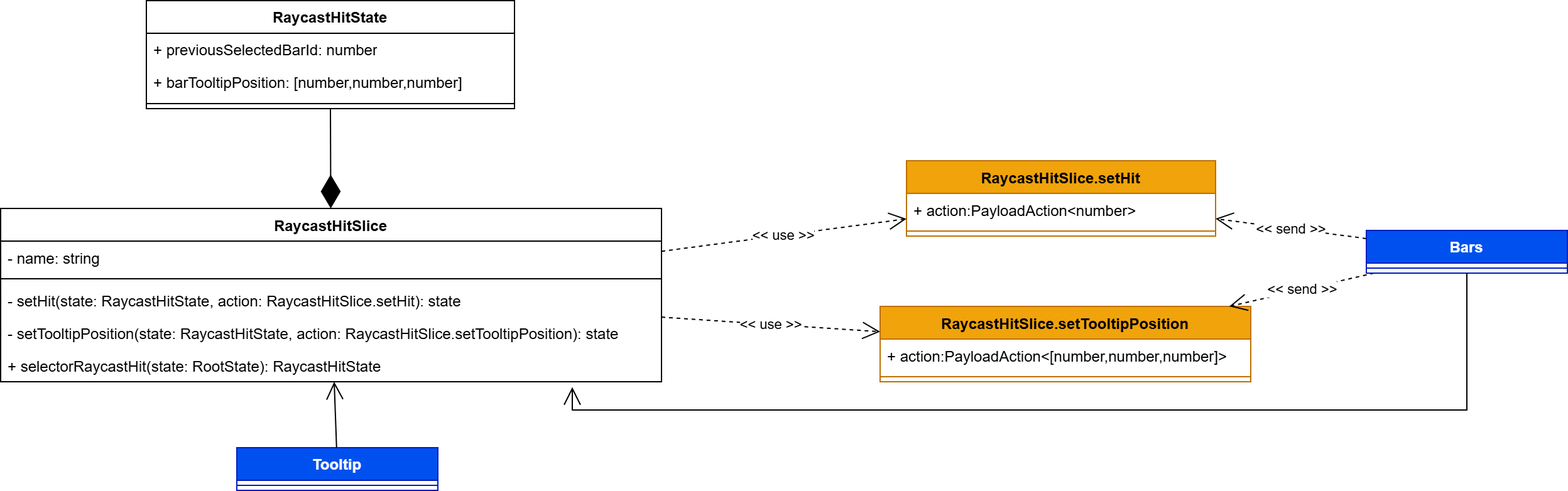
6BitBusters/6BitBusters.github.io keeps this draw.io diagram as Docs/PB/Generali Esterni/specifica_tecnica/template/images/uml_front/logic/RaycastHitSlice.png. Above is the earlier version. Source tidied: cells renumbered, new cells last; positions are measured from the earlier drawing's top-left corner, leaving out a move shared by most shapes.
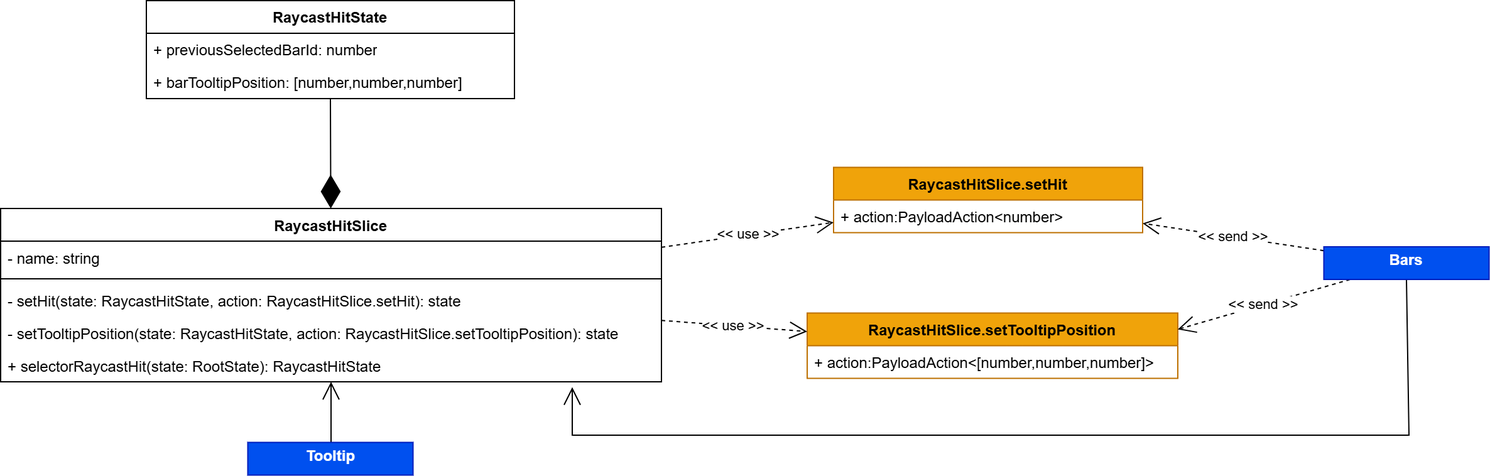
Later version of the same file.

Diff of the diagram source:
```diff
@@ -3,7 +3,7 @@
     <mxCell id="0" />
     <mxCell id="1" parent="0" />
     <mxCell id="2" value="RaycastHitState" style="swimlane;fontStyle=1;align=center;verticalAlign=top;horizontal=1;startSize=26;whiteSpace=wrap;html=1;" parent="1" vertex="1">
-      <mxGeometry x="116" width="293" height="86" as="geometry" />
+      <mxGeometry x="182" y="-24" width="293" height="78" as="geometry" />
     </mxCell>
     <mxCell id="3" value="+ previousSelectedBarId: number" style="text;strokeColor=none;fillColor=none;align=left;verticalAlign=top;spacingLeft=4;spacingRight=4;overflow=hidden;whiteSpace=wrap;html=1;" parent="2" vertex="1">
       <mxGeometry y="26" width="293" height="26" as="geometry" />
@@ -11,11 +11,8 @@
     <mxCell id="4" value="+ barTooltipPosition: [number,number,number]" style="text;strokeColor=none;fillColor=none;align=left;verticalAlign=top;spacingLeft=4;spacingRight=4;overflow=hidden;whiteSpace=wrap;html=1;" parent="2" vertex="1">
       <mxGeometry y="52" width="293" height="26" as="geometry" />
     </mxCell>
-    <mxCell id="5" style="line;strokeWidth=1;fillColor=none;align=left;verticalAlign=middle;spacingTop=-1;spacingLeft=3;spacingRight=3;labelPosition=right;strokeColor=inherit;" parent="2" vertex="1">
-      <mxGeometry y="78" width="293" height="8" as="geometry" />
-    </mxCell>
     <mxCell id="6" value="RaycastHitSlice" style="swimlane;fontStyle=1;align=center;verticalAlign=top;horizontal=1;startSize=26;whiteSpace=wrap;html=1;" parent="1" vertex="1">
-      <mxGeometry y="165.5" width="526" height="138" as="geometry" />
+      <mxGeometry x="66" y="141.5" width="526" height="138" as="geometry" />
     </mxCell>
     <mxCell id="7" value="- name: string" style="text;strokeColor=none;fillColor=none;align=left;verticalAlign=top;spacingLeft=4;spacingRight=4;overflow=hidden;whiteSpace=wrap;html=1;" parent="6" vertex="1">
       <mxGeometry y="26" width="526" height="26" as="geometry" />
@@ -36,23 +33,17 @@
       <mxGeometry relative="1" as="geometry" />
     </mxCell>
     <mxCell id="13" value="RaycastHitSlice.setHit" style="swimlane;fontStyle=1;align=center;verticalAlign=top;horizontal=1;startSize=26;whiteSpace=wrap;html=1;fillColor=#f0a30a;fontColor=#000000;strokeColor=#BD7000;" parent="1" vertex="1">
-      <mxGeometry x="721" y="127.5" width="246" height="60" as="geometry" />
+      <mxGeometry x="729" y="108.8" width="246" height="52" as="geometry" />
     </mxCell>
     <mxCell id="14" value="+ action:PayloadAction&amp;lt;number&amp;gt;" style="text;strokeColor=none;fillColor=none;align=left;verticalAlign=top;spacingLeft=4;spacingRight=4;overflow=hidden;whiteSpace=wrap;html=1;" parent="13" vertex="1">
       <mxGeometry y="26" width="246" height="26" as="geometry" />
     </mxCell>
-    <mxCell id="15" style="line;strokeWidth=1;fillColor=none;align=left;verticalAlign=middle;spacingTop=-1;spacingLeft=3;spacingRight=3;labelPosition=right;strokeColor=inherit;" parent="13" vertex="1">
-      <mxGeometry y="52" width="246" height="8" as="geometry" />
-    </mxCell>
     <mxCell id="16" value="RaycastHitSlice.setTooltipPosition" style="swimlane;fontStyle=1;align=center;verticalAlign=top;horizontal=1;startSize=26;whiteSpace=wrap;html=1;fillColor=#f0a30a;fontColor=#000000;strokeColor=#BD7000;" parent="1" vertex="1">
-      <mxGeometry x="700" y="243.5" width="295" height="60" as="geometry" />
+      <mxGeometry x="708" y="224.8" width="295" height="52" as="geometry" />
     </mxCell>
     <mxCell id="17" value="+ action:PayloadAction&amp;lt;[number,number,number]&amp;gt;" style="text;strokeColor=none;fillColor=none;align=left;verticalAlign=top;spacingLeft=4;spacingRight=4;overflow=hidden;whiteSpace=wrap;html=1;" parent="16" vertex="1">
       <mxGeometry y="26" width="295" height="26" as="geometry" />
     </mxCell>
-    <mxCell id="18" style="line;strokeWidth=1;fillColor=none;align=left;verticalAlign=middle;spacingTop=-1;spacingLeft=3;spacingRight=3;labelPosition=right;strokeColor=inherit;" parent="16" vertex="1">
-      <mxGeometry y="52" width="295" height="8" as="geometry" />
-    </mxCell>
     <mxCell id="19" value="&amp;lt;&amp;lt; use &amp;gt;&amp;gt;" style="endArrow=open;endSize=12;dashed=1;html=1;rounded=0;" parent="1" edge="1" source="6" target="13">
       <mxGeometry relative="1" as="geometry" />
     </mxCell>
@@ -62,31 +53,27 @@
     <mxCell id="21" value="&amp;lt;&amp;lt; send &amp;gt;&amp;gt;" style="endArrow=open;endSize=12;dashed=1;html=1;rounded=0;" parent="1" edge="1" source="23" target="13">
       <mxGeometry relative="1" as="geometry" />
     </mxCell>
-    <mxCell id="22" value="&amp;lt;&amp;lt; send &amp;gt;&amp;gt;" style="endArrow=open;endSize=12;dashed=1;html=1;rounded=0;" parent="1" edge="1" source="23" target="16">
+    <mxCell id="22" value="&amp;lt;&amp;lt; send &amp;gt;&amp;gt;" style="endArrow=open;endSize=12;dashed=1;html=1;rounded=0;entryX=1;entryY=0.25;entryDx=0;entryDy=0;" parent="1" edge="1" source="23" target="16">
       <mxGeometry relative="1" as="geometry" />
     </mxCell>
+    <mxCell id="29" style="endArrow=open;endFill=1;endSize=12;html=1;rounded=0;" parent="1" edge="1" target="6">
+      <mxGeometry relative="1" as="geometry">
+        <mxPoint x="329" y="332" as="sourcePoint" />
+      </mxGeometry>
+    </mxCell>
+    <mxCell id="28" style="endArrow=open;endFill=1;endSize=12;html=1;rounded=0;entryX=0.865;entryY=1.165;entryDx=0;entryDy=0;entryPerimeter=0;exitX=0.5;exitY=1;exitDx=0;exitDy=0;" parent="1" edge="1" source="23" target="11">
+      <mxGeometry relative="1" as="geometry">
+        <Array as="points">
+          <mxPoint x="1187" y="322" />
+          <mxPoint x="521" y="322" />
+        </Array>
+      </mxGeometry>
+    </mxCell>
-    <mxCell id="23" value="Bars" style="swimlane;fontStyle=1;align=center;verticalAlign=top;horizontal=1;startSize=26;whiteSpace=wrap;html=1;fillColor=#0050ef;fontColor=#ffffff;strokeColor=#001DBC;" parent="1" vertex="1">
-      <mxGeometry x="1087" y="183" width="160" height="34" as="geometry" />
+    <mxCell id="23" value="&lt;p style=&quot;margin:0px;margin-top:4px;text-align:center;&quot;&gt;&lt;b&gt;Bars&lt;/b&gt;&lt;/p&gt;" style="verticalAlign=top;align=left;overflow=fill;html=1;whiteSpace=wrap;fillColor=#0050ef;fontColor=#ffffff;strokeColor=#001DBC;" parent="1" vertex="1">
+      <mxGeometry x="1119.2" y="172" width="131.5" height="26" as="geometry" />
     </mxCell>
-    <mxCell id="24" style="line;strokeWidth=1;fillColor=none;align=left;verticalAlign=middle;spacingTop=-1;spacingLeft=3;spacingRight=3;labelPosition=right;strokeColor=inherit;" parent="23" vertex="1">
-      <mxGeometry y="26" width="160" height="8" as="geometry" />
-    </mxCell>
-    <mxCell id="25" value="Tooltip" style="swimlane;fontStyle=1;align=center;verticalAlign=top;horizontal=1;startSize=26;whiteSpace=wrap;html=1;fillColor=#0050ef;fontColor=#ffffff;strokeColor=#001DBC;" parent="1" vertex="1">
-      <mxGeometry x="188" y="356" width="160" height="34" as="geometry" />
+    <mxCell id="25" value="&lt;p style=&quot;margin:0px;margin-top:4px;text-align:center;&quot;&gt;&lt;b&gt;Tooltip&lt;/b&gt;&lt;/p&gt;" style="verticalAlign=top;align=left;overflow=fill;html=1;whiteSpace=wrap;fillColor=#0050ef;fontColor=#ffffff;strokeColor=#001DBC;" parent="1" vertex="1">
+      <mxGeometry x="262.8" y="327.8" width="131.5" height="26" as="geometry" />
     </mxCell>
-    <mxCell id="26" style="line;strokeWidth=1;fillColor=none;align=left;verticalAlign=middle;spacingTop=-1;spacingLeft=3;spacingRight=3;labelPosition=right;strokeColor=inherit;" parent="25" vertex="1">
-      <mxGeometry y="26" width="160" height="8" as="geometry" />
-    </mxCell>
-    <mxCell id="27" style="endArrow=open;endFill=1;endSize=12;html=1;rounded=0;" parent="1" edge="1" source="25" target="6">
-      <mxGeometry relative="1" as="geometry" />
-    </mxCell>
-    <mxCell id="28" style="endArrow=open;endFill=1;endSize=12;html=1;rounded=0;entryX=0.865;entryY=1.165;entryDx=0;entryDy=0;entryPerimeter=0;" parent="1" edge="1" source="23" target="11">
-      <mxGeometry relative="1" as="geometry">
-        <Array as="points">
-          <mxPoint x="1167" y="326" />
-          <mxPoint x="455" y="326" />
-        </Array>
-      </mxGeometry>
-    </mxCell>
   </root>
 </mxGraphModel>
```
